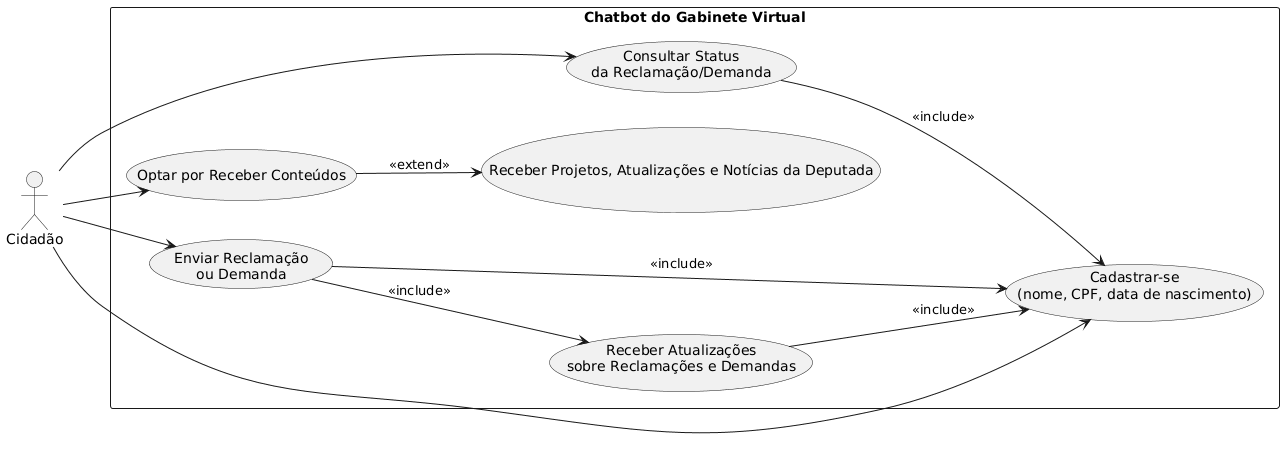
Before: Artefatos/Casos de Uso/CHATBOT-USECASE.png, a diagram exported from PlantUML (ICEI-PUC-Minas-PPLES-TI/plf-es-2025-2-tcci-0393100-dev-bernardo-biondini).
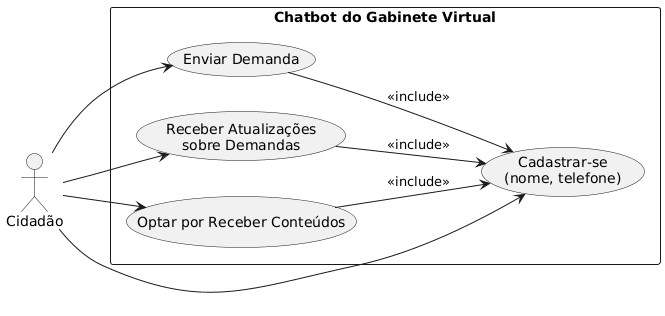
After the change.

Diff of the diagram source:
```diff
@@ -6,27 +6,21 @@
 
 rectangle "Chatbot do Gabinete Virtual" {
 
-  usecase "Cadastrar-se\n(nome, CPF, data de nascimento)" as UC1
+  usecase "Cadastrar-se\n(nome, telefone)" as UC1
 
-  usecase "Enviar Reclamação\nou Demanda" as UC2
-  usecase "Consultar Status\nda Reclamação/Demanda" as UC3
+  usecase "Enviar Demanda" as UC2
 
-  usecase "Receber Atualizações\nsobre Reclamações e Demandas" as UC4
+  usecase "Receber Atualizações\nsobre Demandas" as UC3
 
-  usecase "Optar por Receber Conteúdos" as UC5
-  usecase "Receber Projetos, Atualizações e Notícias da Deputada" as UC6
+  usecase "Optar por Receber Conteúdos" as UC4
 }
 
 C --> UC1
 C --> UC2
 C --> UC3
-C --> UC5
+C --> UC4
 
 UC2 --> UC1 : <<include>>
 UC3 --> UC1 : <<include>>
 UC4 --> UC1 : <<include>>
-
-UC5 --> UC6 : <<extend>>
-
-UC2 --> UC4 : <<include>>
 @enduml
```
